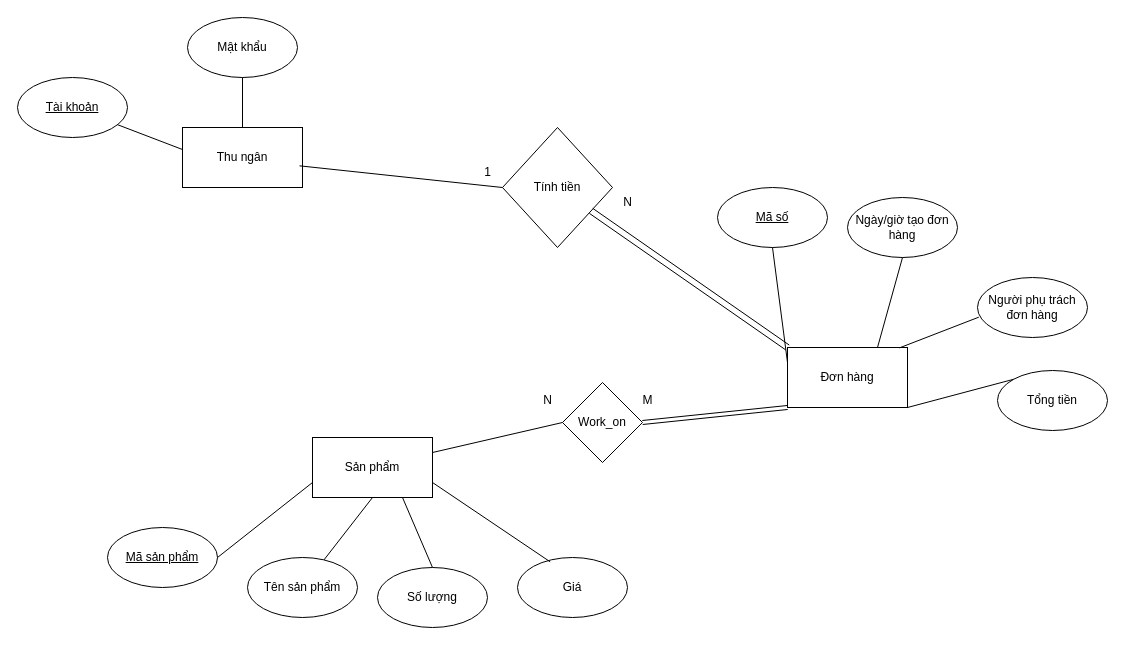
Earlier version of the draw.io diagram QuanLyNhaHang.drawio (bomnguyen1907/draw_database). Source tidied: cells renumbered, new cells numbered last; positions are measured from the earlier drawing's top-left corner, leaving out a move shared by most shapes. Both pictures are drawn from the tidied source at 100%, with x=0, y=0 at pixel (17, 17).
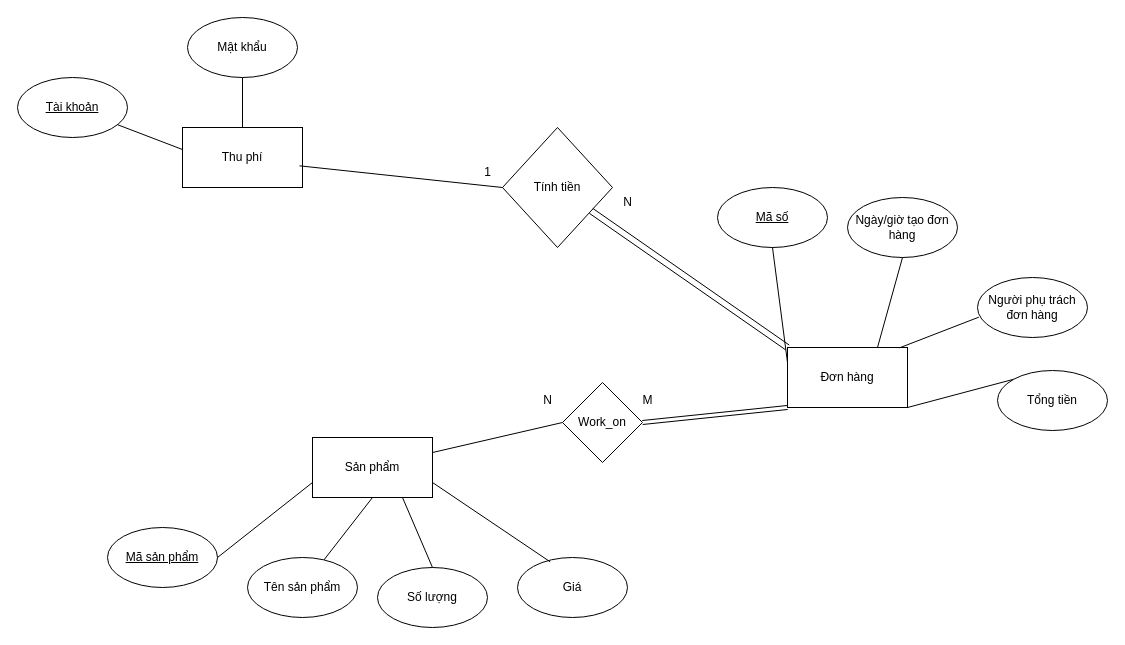
The same page after the edit.

Change to the diagram source:
```diff
@@
-    <mxCell id="2" value="Thu ngân" style="whiteSpace=wrap;html=1;strokeWidth=1;perimeterSpacing=0;glass=0;shadow=0;" parent="1" vertex="1">
+    <mxCell id="2" value="Thu phí" style="whiteSpace=wrap;html=1;strokeWidth=1;perimeterSpacing=0;glass=0;shadow=0;" parent="1" vertex="1">
       <mxGeometry x="165" y="110" width="120" height="60" as="geometry" />
     </mxCell>
```
